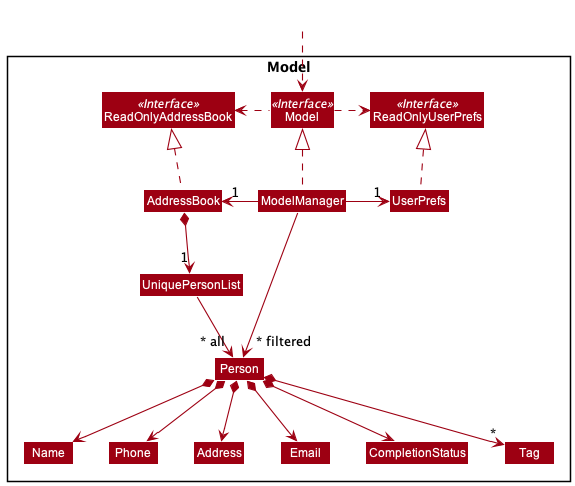
Before: docs/images/ModelClassDiagram.png, a diagram exported from PlantUML (vigneshsankariyer1234567890/tp).
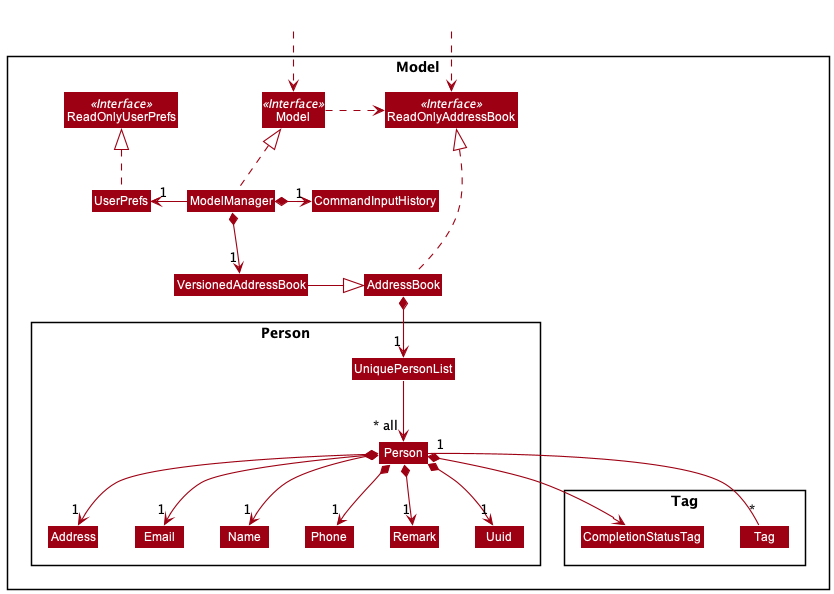
After the commit.

Commit message:
Add diagrams for Model

The edit, as a diff of the source:
```diff
@@ -12,45 +12,57 @@
 Class ReadOnlyAddressBook
 Class Model
 Class ModelManager
+Class CommandInputHistory
 Class UserPrefs
 Class ReadOnlyUserPrefs
+Class VersionedAddressBook
 
-
+Package Person {
 Class UniquePersonList
 Class Person
 Class Address
 Class Email
 Class Name
 Class Phone
-Class CompletionStatus
 Class Tag
+Class Remark
+Class Uuid
+}
+
+Package Tag {
+Class Tag
+Class CompletionStatusTag
+}
 
 }
 
 Class HiddenOutside #FFFFFF
 HiddenOutside ..> Model
 
-AddressBook .up.|> ReadOnlyAddressBook
+Class HiddenOutside1 #FFFFFF
+HiddenOutside1 ..> ReadOnlyAddressBook
+
+
 
 ModelManager .up.|> Model
-Model .right.> ReadOnlyUserPrefs
-Model .left.> ReadOnlyAddressBook
-ModelManager -left-> "1" AddressBook
-ModelManager -right-> "1" UserPrefs
+Model .right.> ReadOnlyAddressBook
+ModelManager *-down-> "1" VersionedAddressBook
+ModelManager *-right-> "1" CommandInputHistory
+ModelManager -left-> "1" UserPrefs
 UserPrefs .up.|> ReadOnlyUserPrefs
+AddressBook .up.|> ReadOnlyAddressBook
+VersionedAddressBook -right-|> AddressBook
 
 AddressBook *--> "1" UniquePersonList
 UniquePersonList --> "~* all" Person
-Person *--> Name
-Person *--> Phone
-Person *--> Email
-Person *--> Address
-Person *--> CompletionStatus
-Person *--> "*" Tag
+Person *--> CompletionStatusTag
+Person "1" -- "*" Tag
+Person *--> "1" Name
+Person *--> "1" Phone
+Person *--> "1" Email
+Person *--> "1" Address
+Person *--> "1" Uuid
+Person *--> "1" Remark
 
-Name -[hidden]right-> Phone
-Phone -[hidden]right-> Address
-Address -[hidden]right-> Email
 
-ModelManager -->"~* filtered" Person
 @enduml
```
